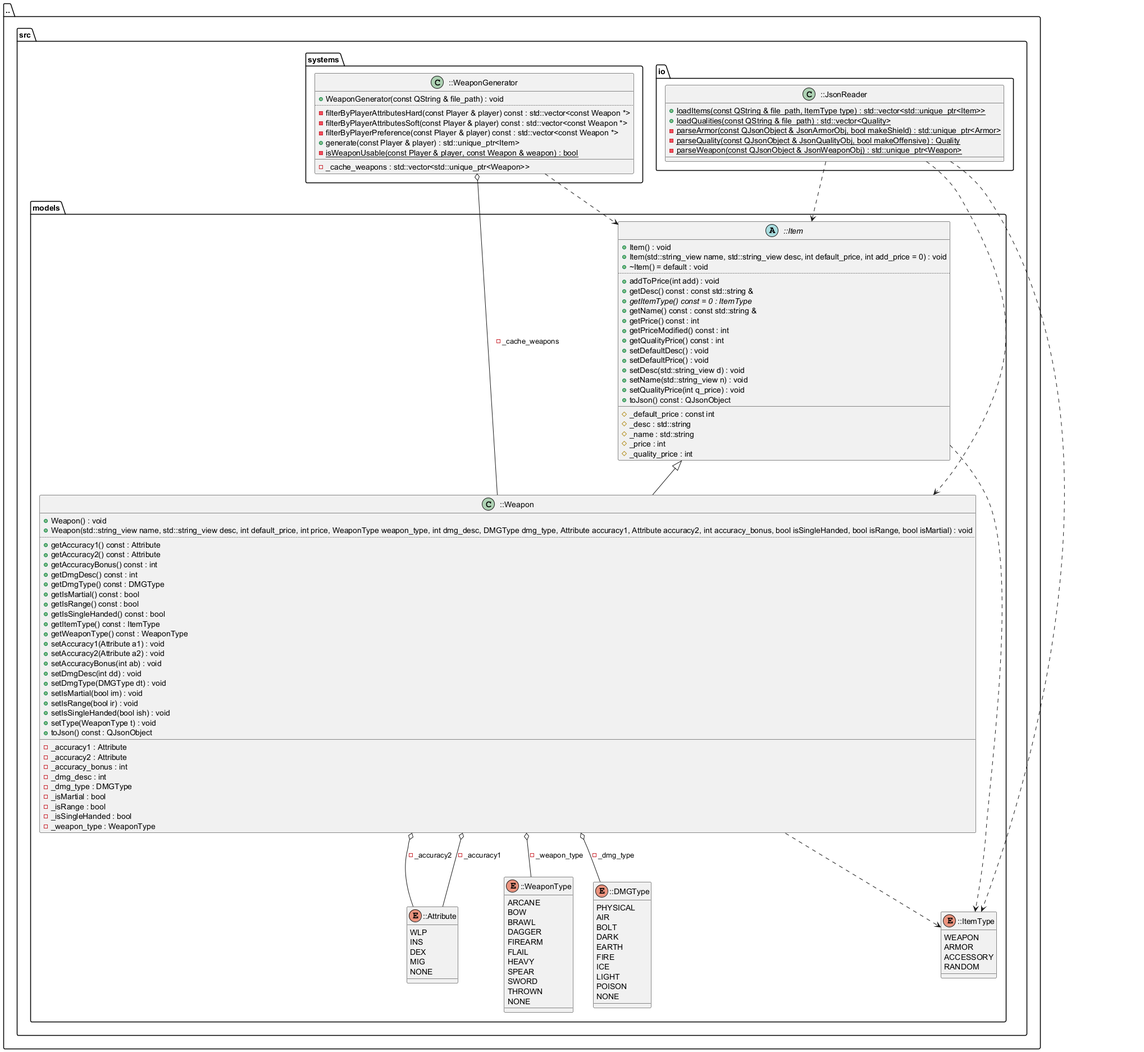
Above: docs/diagrams/Weapon_diagram.png in FasolowySpioch/faubla-ultima-item-generator (PlantUML), before the change.
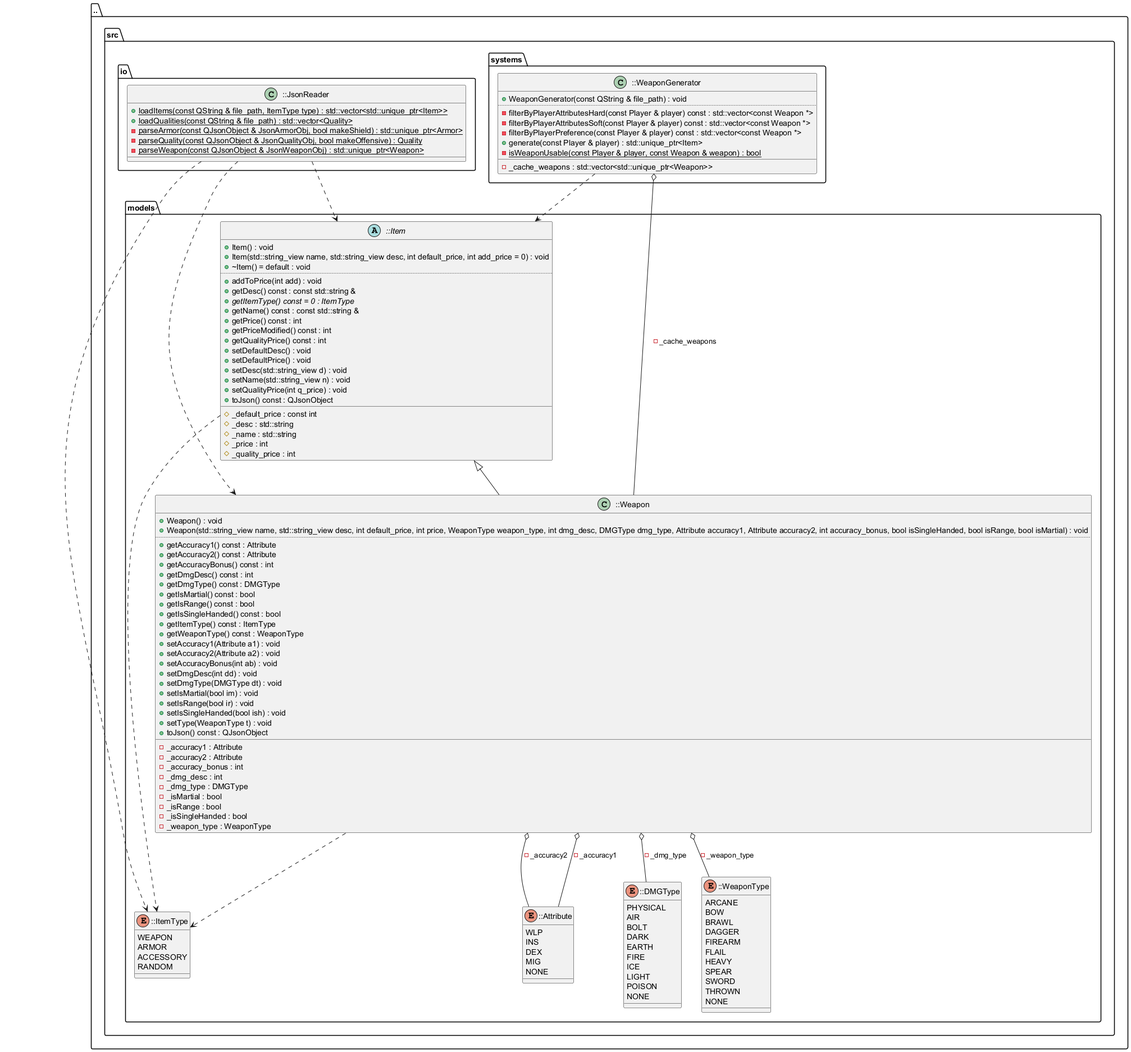
Above is the later version.

What changed in the source:
```diff
@@ -107,17 +107,6 @@
 -_weapon_type : WeaponType
 }
 }
-package [io] as C_0016395333381226012294 {
-class "::JsonReader" as C_0002948440278719519756
-class C_0002948440278719519756 {
-{static} +loadItems(const QString & file_path, ItemType type) : std::vector<std::unique_ptr<Item>>
-{static} +loadQualities(const QString & file_path) : std::vector<Quality>
-{static} -parseArmor(const QJsonObject & JsonArmorObj, bool makeShield) : std::unique_ptr<Armor>
-{static} -parseQuality(const QJsonObject & JsonQualityObj, bool makeOffensive) : Quality
-{static} -parseWeapon(const QJsonObject & JsonWeaponObj) : std::unique_ptr<Weapon>
-__
-}
-}
 package [systems] as C_0016692703261607978348 {
 class "::WeaponGenerator" as C_0004150406585329947926
 class C_0004150406585329947926 {
@@ -132,6 +121,17 @@
 -_cache_weapons : std::vector<std::unique_ptr<Weapon>>
 }
 }
+package [io] as C_0016395333381226012294 {
+class "::JsonReader" as C_0002948440278719519756
+class C_0002948440278719519756 {
+{static} +loadItems(const QString & file_path, ItemType type) : std::vector<std::unique_ptr<Item>>
+{static} +loadQualities(const QString & file_path) : std::vector<Quality>
+{static} -parseArmor(const QJsonObject & JsonArmorObj, bool makeShield) : std::unique_ptr<Armor>
+{static} -parseQuality(const QJsonObject & JsonQualityObj, bool makeOffensive) : Quality
+{static} -parseWeapon(const QJsonObject & JsonWeaponObj) : std::unique_ptr<Weapon>
+__
+}
+}
 }
 }
 C_0005967165952864249862 ..> C_0009506588567340924694
@@ -141,10 +141,10 @@
 C_0009880302970961535201 o-- C_0013522169845410927695 : -_accuracy1
 C_0009880302970961535201 o-- C_0013522169845410927695 : -_accuracy2
 C_0005967165952864249862 <|-- C_0009880302970961535201
+C_0004150406585329947926 ..> C_0005967165952864249862
+C_0004150406585329947926 o-- C_0009880302970961535201 : -_cache_weapons
 C_0002948440278719519756 ..> C_0009880302970961535201
 C_0002948440278719519756 ..> C_0009506588567340924694
 C_0002948440278719519756 ..> C_0005967165952864249862
-C_0004150406585329947926 ..> C_0005967165952864249862
-C_0004150406585329947926 o-- C_0009880302970961535201 : -_cache_weapons
 
 @enduml
```
